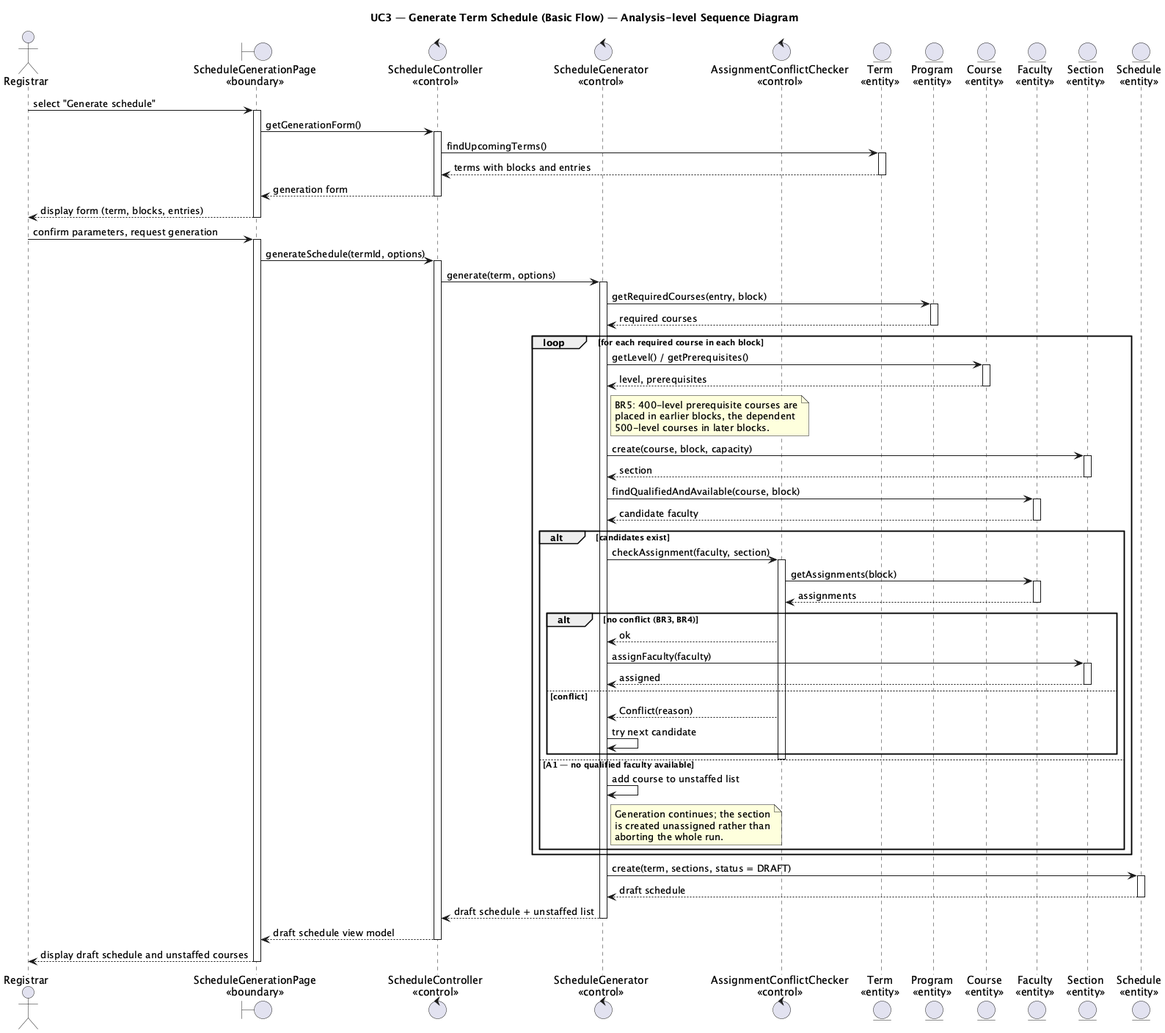
Above: Lab4_SequenceDiagrams/diagrams/sd_uc3_generate_schedule.png in ElfatihZiad/eregistrar (PlantUML), before the change.
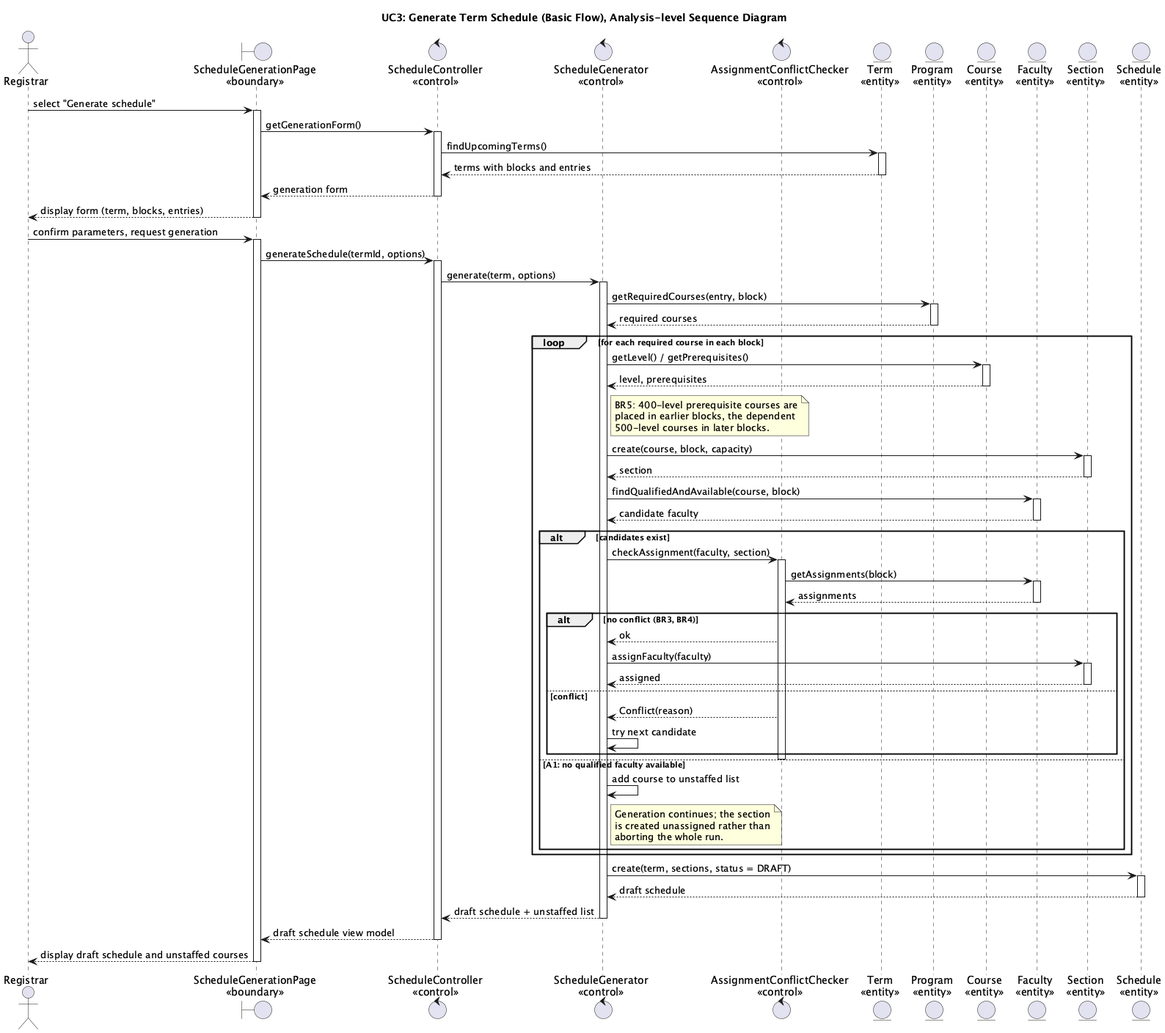
Above is the later version.

Diff of the diagram source:
```diff
@@ -1,6 +1,6 @@
 @startuml sd_uc3_generate_schedule
 skinparam shadowing false
-title UC3 — Generate Term Schedule (Basic Flow) — Analysis-level Sequence Diagram
+title UC3: Generate Term Schedule (Basic Flow), Analysis-level Sequence Diagram
 
 actor "Registrar" as Admin
 boundary "ScheduleGenerationPage\n<<boundary>>" as UI
@@ -79,7 +79,7 @@
             Generator -> Generator : try next candidate
         end
         deactivate Checker
-    else A1 — no qualified faculty available
+    else A1: no qualified faculty available
         Generator -> Generator : add course to unstaffed list
         note right of Generator
           Generation continues; the section
```
